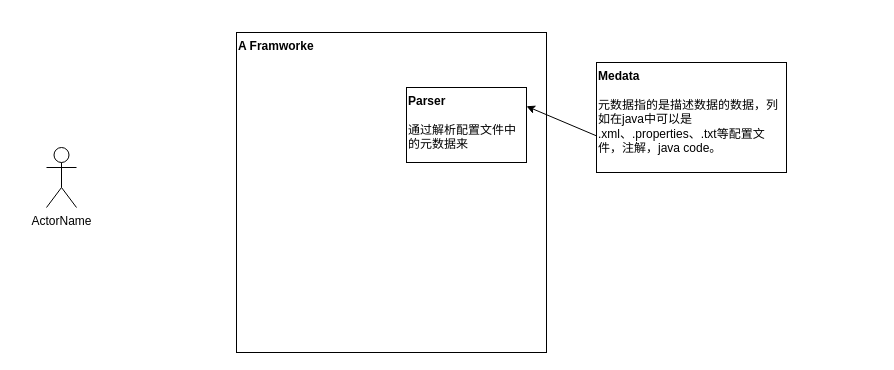
choustark/spring-framework keeps this draw.io diagram as Untitled Diagram.drawio. Above is the earlier version. Source tidied: cells renumbered, new cells numbered last; positions are measured from the earlier drawing's top-left corner, leaving out a move shared by most shapes. Both pictures are drawn from the tidied source at 100%, with x=0, y=0 at pixel (46, 32).
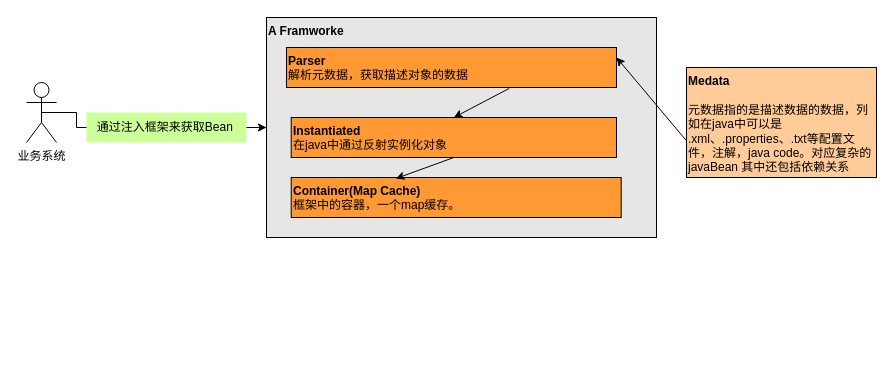
After the change.

Change to the diagram source:
```diff
@@
 <mxGraphModel>
   <root>
     <mxCell id="0" />
     <mxCell id="1" parent="0" />
-    <mxCell id="2" value="&lt;b&gt;A Framworke&lt;/b&gt;" style="rounded=0;whiteSpace=wrap;html=1;align=left;verticalAlign=top;" parent="1" vertex="1">
-      <mxGeometry x="190" width="310" height="320" as="geometry" />
+    <mxCell id="2" value="&lt;b&gt;A Framworke&lt;/b&gt;" style="rounded=0;whiteSpace=wrap;html=1;align=left;verticalAlign=top;labelBackgroundColor=none;fillColor=#E6E6E6;" parent="1" vertex="1">
+      <mxGeometry x="220" y="-15" width="390" height="220" as="geometry" />
     </mxCell>
-    <mxCell id="3" value="&lt;b&gt;Medata&lt;/b&gt;&lt;br&gt;&lt;br&gt;元数据指的是描述数据的数据，列如在java中可以是 .xml、.properties、.txt等配置文件，注解，java code。" style="rounded=0;whiteSpace=wrap;html=1;verticalAlign=top;align=left;" parent="1" vertex="1">
-      <mxGeometry x="550" y="30" width="190" height="110" as="geometry" />
+    <mxCell id="3" value="&lt;b&gt;Medata&lt;/b&gt;&lt;br&gt;&lt;br&gt;元数据指的是描述数据的数据，列如在java中可以是 .xml、.properties、.txt等配置文件，注解，java code。对应复杂的javaBean 其中还包括依赖关系" style="rounded=0;whiteSpace=wrap;html=1;verticalAlign=top;align=left;labelBackgroundColor=none;fillColor=#FFCC99;" parent="1" vertex="1">
+      <mxGeometry x="640" y="35" width="190" height="110" as="geometry" />
     </mxCell>
-    <mxCell id="4" value="&lt;b&gt;Parser&lt;/b&gt;&lt;br&gt;&lt;br&gt;通过解析配置文件中的元数据来" style="rounded=0;whiteSpace=wrap;html=1;verticalAlign=top;align=left;" parent="1" vertex="1">
-      <mxGeometry x="360" y="55" width="120" height="75" as="geometry" />
+    <mxCell id="4" value="&lt;b&gt;Parser&lt;/b&gt;&lt;br&gt;解析元数据，获取描述对象的数据" style="rounded=0;whiteSpace=wrap;html=1;verticalAlign=top;align=left;fillColor=#FF9933;" parent="1" vertex="1">
+      <mxGeometry x="240" y="15" width="330" height="40" as="geometry" />
     </mxCell>
+    <mxCell id="7" style="edgeStyle=orthogonalEdgeStyle;rounded=0;jettySize=auto;html=1;exitX=0.5;exitY=0.5;exitDx=0;exitDy=0;exitPerimeter=0;entryX=0;entryY=0.5;entryDx=0;entryDy=0;fontSize=12;fontColor=#000000;startArrow=none;" parent="1" edge="1" source="12" target="2">
+      <mxGeometry relative="1" as="geometry" />
+    </mxCell>
-    <mxCell id="5" value="ActorName" style="shape=umlActor;html=1;verticalLabelPosition=bottom;verticalAlign=top;align=center;" parent="1" vertex="1">
-      <mxGeometry y="115" width="30" height="60" as="geometry" />
+    <mxCell id="5" value="业务系统" style="shape=umlActor;html=1;verticalLabelPosition=bottom;verticalAlign=top;align=center;" parent="1" vertex="1">
+      <mxGeometry x="-20" y="50" width="30" height="60" as="geometry" />
     </mxCell>
     <mxCell id="6" style="endArrow=classic;html=1;rounded=0;exitX=0;exitY=0.667;exitDx=0;exitDy=0;exitPerimeter=0;entryX=1;entryY=0.25;entryDx=0;entryDy=0;" parent="1" edge="1" source="3" target="4">
       <mxGeometry relative="1" as="geometry" />
     </mxCell>
+    <mxCell id="8" value="&lt;b&gt;Container(Map Cache)&lt;/b&gt;&lt;br&gt;框架中的容器，一个map缓存。" style="rounded=0;whiteSpace=wrap;html=1;align=left;verticalAlign=top;labelBackgroundColor=none;fillColor=#FF9933;" parent="1" vertex="1">
+      <mxGeometry x="244.7" y="145" width="330" height="40" as="geometry" />
+    </mxCell>
+    <mxCell id="9" style="endArrow=classic;html=1;rounded=0;entryX=0.5;entryY=0;entryDx=0;entryDy=0;exitX=0.675;exitY=1.022;exitDx=0;exitDy=0;exitPerimeter=0;" parent="1" edge="1" source="4" target="10">
+      <mxGeometry relative="1" as="geometry" />
+    </mxCell>
+    <mxCell id="10" value="&lt;span style=&quot;font-family: Arial, sans-serif; font-size: 12px; text-align: justify;&quot;&gt;&lt;b style=&quot;font-size: 12px;&quot;&gt;Instantiated&lt;/b&gt;&lt;br style=&quot;font-size: 12px;&quot;&gt;在java中通过反射实例化对象&lt;br style=&quot;font-size: 12px;&quot;&gt;&lt;/span&gt;" style="rounded=0;whiteSpace=wrap;html=1;labelBackgroundColor=none;fontSize=12;fontColor=#000000;strokeColor=#000000;fillColor=#FF9933;align=left;verticalAlign=top;" parent="1" vertex="1">
+      <mxGeometry x="244.7" y="85" width="325.3" height="40" as="geometry" />
+    </mxCell>
+    <mxCell id="11" style="endArrow=classic;html=1;rounded=0;fontSize=12;fontColor=#000000;exitX=0.5;exitY=1;exitDx=0;exitDy=0;entryX=0.317;entryY=0.027;entryDx=0;entryDy=0;entryPerimeter=0;" parent="1" edge="1" source="10" target="8">
+      <mxGeometry relative="1" as="geometry" />
+    </mxCell>
+    <mxCell id="12" value="通过注入框架来获取Bean&amp;nbsp;" style="text;html=1;align=center;verticalAlign=middle;points=[];strokeColor=none;fillColor=#CCFF99;fontSize=12;fontColor=#000000;" parent="1" vertex="1">
+      <mxGeometry x="40" y="80" width="160" height="30" as="geometry" />
+    </mxCell>
+    <mxCell id="13" style="edgeStyle=orthogonalEdgeStyle;rounded=0;jettySize=auto;html=1;exitX=0.5;exitY=0.5;exitDx=0;exitDy=0;exitPerimeter=0;entryX=0;entryY=0.5;entryDx=0;entryDy=0;fontSize=12;fontColor=#000000;endArrow=none;" parent="1" edge="1" source="5" target="12">
+      <mxGeometry relative="1" as="geometry" />
+    </mxCell>
   </root>
 </mxGraphModel>
```
